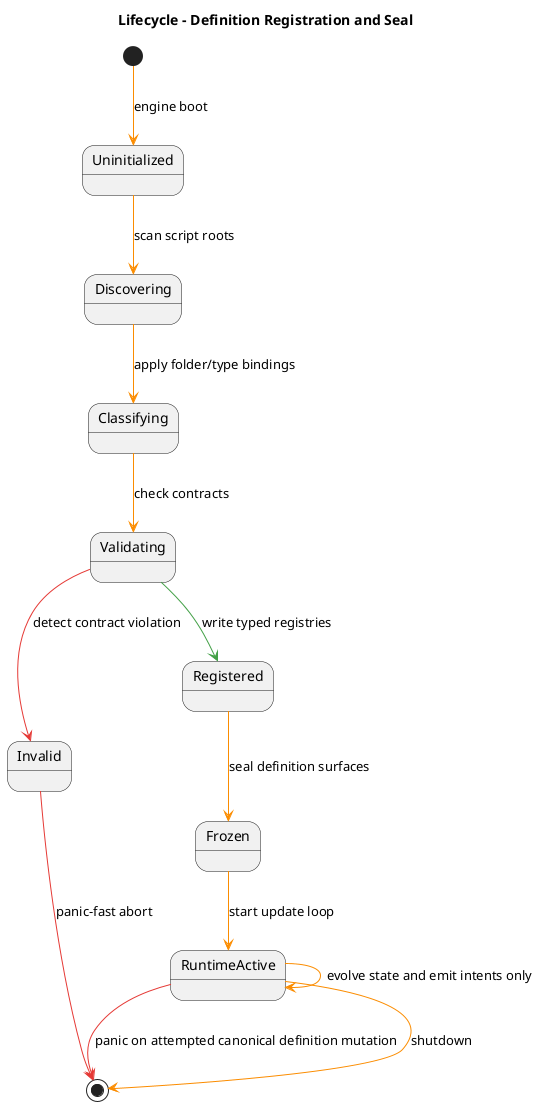
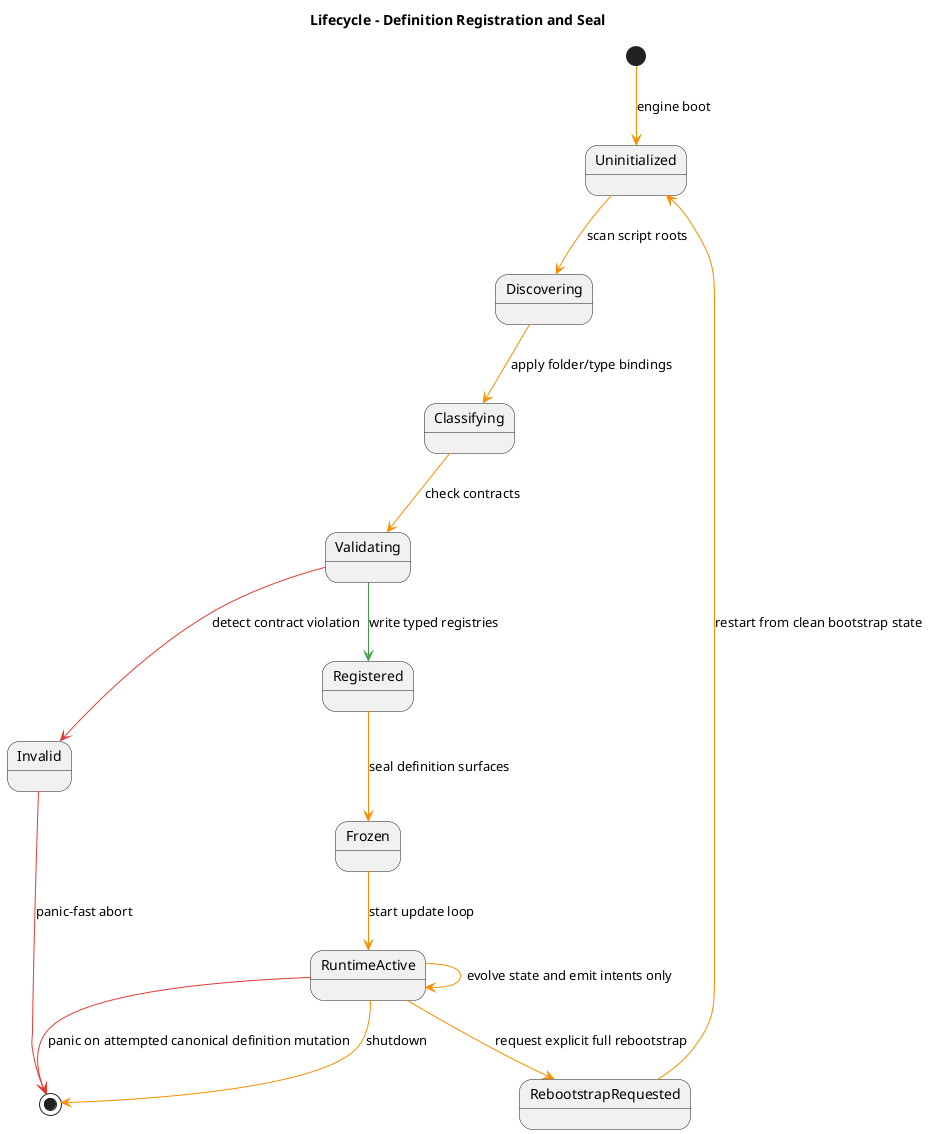
@startuml
title Lifecycle - Definition Registration and Seal

[*] -[#FB8C00]-> Uninitialized : engine boot
Uninitialized -[#FB8C00]-> Discovering : scan script roots
Discovering -[#FB8C00]-> Classifying : apply folder/type bindings
Classifying -[#FB8C00]-> Validating : check contracts
Validating -[#E53935]-> Invalid : detect contract violation
Invalid -[#E53935]-> [*] : panic-fast abort
Validating -[#43A047]-> Registered : write typed registries
Registered -[#FB8C00]-> Frozen : seal definition surfaces
Frozen -[#FB8C00]-> RuntimeActive : start update loop
RuntimeActive -[#FB8C00]-> RuntimeActive : evolve state and emit intents only
RuntimeActive -[#E53935]-> [*] : panic on attempted canonical definition mutation
+ RuntimeActive -[#FB8C00]-> RebootstrapRequested : request explicit full rebootstrap
+ RebootstrapRequested -[#FB8C00]-> Uninitialized : restart from clean bootstrap state
RuntimeActive -[#FB8C00]-> [*] : shutdown
@enduml
